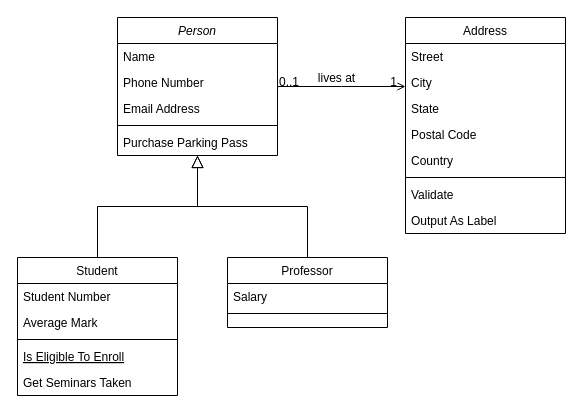
Earlier version of the draw.io diagram Untitled Diagram.drawio (Speegy/SQL). Source tidied: cells renumbered, new cells numbered last; positions are measured from the earlier drawing's top-left corner, leaving out a move shared by most shapes. Both pictures are drawn from the tidied source at 100%, with x=0, y=0 at pixel (17, 17).
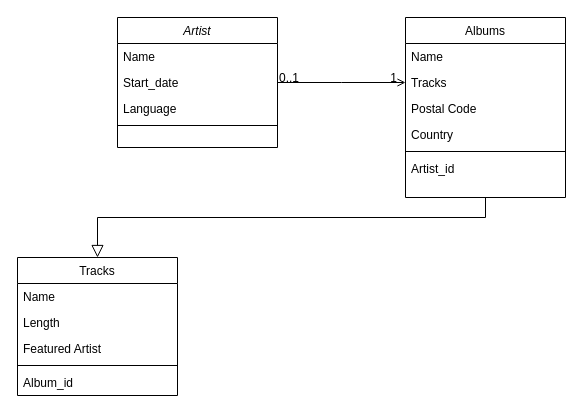
The same diagram, later.

The change refers to these unchanged cells:
```xml
<mxCell id="28" style="endArrow=open;shadow=0;strokeWidth=1;rounded=0;endFill=1;edgeStyle=elbowEdgeStyle;elbow=vertical;" parent="1" edge="1" source="2" target="19">
  <mxGeometry x="0.5" y="41" relative="1" as="geometry">
    <mxPoint x="-40" y="32" as="offset" />
  </mxGeometry>
</mxCell>
```

The edit, as a diff of the source:
```diff
@@
-    <mxCell id="2" value="Person" style="swimlane;fontStyle=2;align=center;verticalAlign=top;horizontal=1;startSize=26;rounded=0;shadow=0;strokeWidth=1;" parent="1" vertex="1">
-      <mxGeometry x="100" width="160" height="138" as="geometry" />
+    <mxCell id="2" value="Artist" style="swimlane;fontStyle=2;align=center;verticalAlign=top;horizontal=1;startSize=26;rounded=0;shadow=0;strokeWidth=1;" parent="1" vertex="1">
+      <mxGeometry x="100" width="160" height="130" as="geometry" />
     </mxCell>
@@
-    <mxCell id="4" value="Phone Number" style="text;align=left;verticalAlign=top;spacingLeft=4;spacingRight=4;overflow=hidden;rounded=0;shadow=0;html=0;" parent="2" vertex="1">
-      <mxGeometry y="52" width="160" height="26" as="geometry" />
-    </mxCell>
-    <mxCell id="5" value="Email Address" style="text;align=left;verticalAlign=top;spacingLeft=4;spacingRight=4;overflow=hidden;rounded=0;shadow=0;html=0;" parent="2" vertex="1">
-      <mxGeometry y="78" width="160" height="26" as="geometry" />
-    </mxCell>
+    <mxCell id="32" value="Start_date" style="text;align=left;verticalAlign=top;spacingLeft=4;spacingRight=4;overflow=hidden;" parent="2" vertex="1">
+      <mxGeometry y="52" width="160" height="26" as="geometry" />
+    </mxCell>
+    <mxCell id="33" value="Language" style="text;align=left;verticalAlign=top;spacingLeft=4;spacingRight=4;overflow=hidden;" parent="2" vertex="1">
+      <mxGeometry y="78" width="160" height="26" as="geometry" />
+    </mxCell>
@@
-    <mxCell id="7" value="Purchase Parking Pass" style="text;align=left;verticalAlign=top;spacingLeft=4;spacingRight=4;overflow=hidden;" parent="2" vertex="1">
-      <mxGeometry y="112" width="160" height="26" as="geometry" />
-    </mxCell>
-    <mxCell id="8" value="Student" style="swimlane;fontStyle=0;align=center;verticalAlign=top;horizontal=1;startSize=26;rounded=0;shadow=0;strokeWidth=1;" parent="1" vertex="1">
+    <mxCell id="8" value="Tracks" style="swimlane;fontStyle=0;align=center;verticalAlign=top;horizontal=1;startSize=26;rounded=0;shadow=0;strokeWidth=1;" parent="1" vertex="1">
       <mxGeometry y="240" width="160" height="138" as="geometry" />
     </mxCell>
-    <mxCell id="9" value="Student Number" style="text;align=left;verticalAlign=top;spacingLeft=4;spacingRight=4;overflow=hidden;" parent="8" vertex="1">
+    <mxCell id="9" value="Name" style="text;align=left;verticalAlign=top;spacingLeft=4;spacingRight=4;overflow=hidden;" parent="8" vertex="1">
       <mxGeometry y="26" width="160" height="26" as="geometry" />
     </mxCell>
-    <mxCell id="10" value="Average Mark" style="text;align=left;verticalAlign=top;spacingLeft=4;spacingRight=4;overflow=hidden;rounded=0;shadow=0;html=0;" parent="8" vertex="1">
+    <mxCell id="10" value="Length" style="text;align=left;verticalAlign=top;spacingLeft=4;spacingRight=4;overflow=hidden;rounded=0;shadow=0;html=0;" parent="8" vertex="1">
       <mxGeometry y="52" width="160" height="26" as="geometry" />
     </mxCell>
+    <mxCell id="12" value="Featured Artist" style="text;align=left;verticalAlign=top;spacingLeft=4;spacingRight=4;overflow=hidden;fontStyle=0;" parent="8" vertex="1">
+      <mxGeometry y="78" width="160" height="26" as="geometry" />
+    </mxCell>
     <mxCell id="11" style="line;html=1;strokeWidth=1;align=left;verticalAlign=middle;spacingTop=-1;spacingLeft=3;spacingRight=3;labelPosition=right;" parent="8" vertex="1">
-      <mxGeometry y="78" width="160" height="8" as="geometry" />
+      <mxGeometry y="104" width="160" height="8" as="geometry" />
     </mxCell>
-    <mxCell id="12" value="Is Eligible To Enroll" style="text;align=left;verticalAlign=top;spacingLeft=4;spacingRight=4;overflow=hidden;fontStyle=4;" parent="8" vertex="1">
-      <mxGeometry y="86" width="160" height="26" as="geometry" />
-    </mxCell>
-    <mxCell id="13" value="Get Seminars Taken" style="text;align=left;verticalAlign=top;spacingLeft=4;spacingRight=4;overflow=hidden;" parent="8" vertex="1">
-      <mxGeometry y="112" width="160" height="26" as="geometry" />
-    </mxCell>
-    <mxCell id="14" style="endArrow=block;endSize=10;endFill=0;shadow=0;strokeWidth=1;rounded=0;edgeStyle=elbowEdgeStyle;elbow=vertical;" parent="1" edge="1" source="8" target="2">
-      <mxGeometry relative="1" as="geometry" />
-    </mxCell>
-    <mxCell id="15" value="Professor" style="swimlane;fontStyle=0;align=center;verticalAlign=top;horizontal=1;startSize=26;rounded=0;shadow=0;strokeWidth=1;" parent="1" vertex="1">
-      <mxGeometry x="210" y="240" width="160" height="70" as="geometry" />
-    </mxCell>
-    <mxCell id="16" value="Salary" style="text;align=left;verticalAlign=top;spacingLeft=4;spacingRight=4;overflow=hidden;" parent="15" vertex="1">
-      <mxGeometry y="26" width="160" height="26" as="geometry" />
-    </mxCell>
-    <mxCell id="17" style="line;html=1;strokeWidth=1;align=left;verticalAlign=middle;spacingTop=-1;spacingLeft=3;spacingRight=3;labelPosition=right;" parent="15" vertex="1">
-      <mxGeometry y="52" width="160" height="8" as="geometry" />
-    </mxCell>
-    <mxCell id="18" style="endArrow=block;endSize=10;endFill=0;shadow=0;strokeWidth=1;rounded=0;edgeStyle=elbowEdgeStyle;elbow=vertical;" parent="1" edge="1" source="15" target="2">
-      <mxGeometry relative="1" as="geometry" />
-    </mxCell>
+    <mxCell id="34" value="Album_id" style="text;align=left;verticalAlign=top;spacingLeft=4;spacingRight=4;overflow=hidden;fontStyle=0;" parent="8" vertex="1">
+      <mxGeometry y="112" width="160" height="26" as="geometry" />
+    </mxCell>
-    <mxCell id="19" value="Address" style="swimlane;fontStyle=0;align=center;verticalAlign=top;horizontal=1;startSize=26;rounded=0;shadow=0;strokeWidth=1;" parent="1" vertex="1">
-      <mxGeometry x="388" width="160" height="216" as="geometry" />
+    <mxCell id="19" value="Albums" style="swimlane;fontStyle=0;align=center;verticalAlign=top;horizontal=1;startSize=26;rounded=0;shadow=0;strokeWidth=1;" parent="1" vertex="1">
+      <mxGeometry x="388" width="160" height="180" as="geometry" />
     </mxCell>
-    <mxCell id="20" value="Street" style="text;align=left;verticalAlign=top;spacingLeft=4;spacingRight=4;overflow=hidden;" parent="19" vertex="1">
+    <mxCell id="20" value="Name" style="text;align=left;verticalAlign=top;spacingLeft=4;spacingRight=4;overflow=hidden;" parent="19" vertex="1">
       <mxGeometry y="26" width="160" height="26" as="geometry" />
     </mxCell>
-    <mxCell id="21" value="City" style="text;align=left;verticalAlign=top;spacingLeft=4;spacingRight=4;overflow=hidden;rounded=0;shadow=0;html=0;" parent="19" vertex="1">
-      <mxGeometry y="52" width="160" height="26" as="geometry" />
-    </mxCell>
-    <mxCell id="22" value="State" style="text;align=left;verticalAlign=top;spacingLeft=4;spacingRight=4;overflow=hidden;rounded=0;shadow=0;html=0;" parent="19" vertex="1">
-      <mxGeometry y="78" width="160" height="26" as="geometry" />
+    <mxCell id="22" value="Tracks" style="text;align=left;verticalAlign=top;spacingLeft=4;spacingRight=4;overflow=hidden;rounded=0;shadow=0;html=0;" parent="19" vertex="1">
+      <mxGeometry y="52" width="160" height="26" as="geometry" />
     </mxCell>
     <mxCell id="23" value="Postal Code" style="text;align=left;verticalAlign=top;spacingLeft=4;spacingRight=4;overflow=hidden;rounded=0;shadow=0;html=0;" parent="19" vertex="1">
-      <mxGeometry y="104" width="160" height="26" as="geometry" />
+      <mxGeometry y="78" width="160" height="26" as="geometry" />
     </mxCell>
     <mxCell id="24" value="Country" style="text;align=left;verticalAlign=top;spacingLeft=4;spacingRight=4;overflow=hidden;rounded=0;shadow=0;html=0;" parent="19" vertex="1">
-      <mxGeometry y="130" width="160" height="26" as="geometry" />
+      <mxGeometry y="104" width="160" height="26" as="geometry" />
     </mxCell>
     <mxCell id="25" style="line;html=1;strokeWidth=1;align=left;verticalAlign=middle;spacingTop=-1;spacingLeft=3;spacingRight=3;labelPosition=right;" parent="19" vertex="1">
-      <mxGeometry y="156" width="160" height="8" as="geometry" />
+      <mxGeometry y="130" width="160" height="8" as="geometry" />
     </mxCell>
-    <mxCell id="26" value="Validate" style="text;align=left;verticalAlign=top;spacingLeft=4;spacingRight=4;overflow=hidden;" parent="19" vertex="1">
-      <mxGeometry y="164" width="160" height="26" as="geometry" />
+    <mxCell id="26" value="Artist_id" style="text;align=left;verticalAlign=top;spacingLeft=4;spacingRight=4;overflow=hidden;" parent="19" vertex="1">
+      <mxGeometry y="138" width="160" height="26" as="geometry" />
     </mxCell>
-    <mxCell id="27" value="Output As Label" style="text;align=left;verticalAlign=top;spacingLeft=4;spacingRight=4;overflow=hidden;" parent="19" vertex="1">
-      <mxGeometry y="190" width="160" height="26" as="geometry" />
-    </mxCell>
@@
-    <mxCell id="31" value="lives at" style="text;html=1;align=center;verticalAlign=middle;labelBackgroundColor=none;rounded=0;shadow=0;strokeWidth=1;fontSize=12;" parent="28" vertex="1">
-      <mxGeometry x="0.5" y="49" relative="1" as="geometry">
-        <mxPoint x="-38" y="40" as="offset" />
-      </mxGeometry>
-    </mxCell>
+    <mxCell id="14" style="endArrow=block;endSize=10;endFill=0;shadow=0;strokeWidth=1;rounded=0;edgeStyle=elbowEdgeStyle;elbow=vertical;entryX=0.5;entryY=0;entryDx=0;entryDy=0;exitX=0.5;exitY=1;exitDx=0;exitDy=0;" parent="1" edge="1" source="19" target="8">
+      <mxGeometry relative="1" as="geometry">
+        <Array as="points">
+          <mxPoint x="260" y="200" />
+          <mxPoint x="280" y="200" />
+        </Array>
+      </mxGeometry>
+    </mxCell>
```
